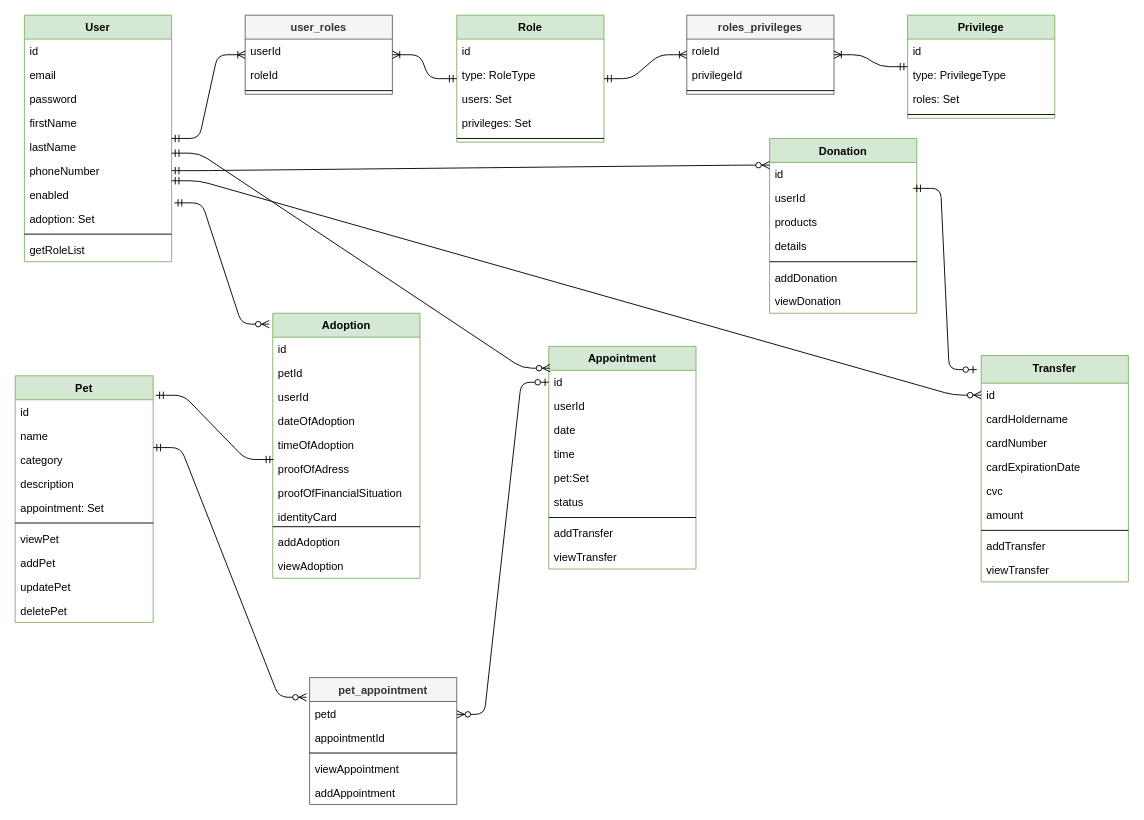
The draw.io diagram page "db" (1 of 2) of docs/3 infrastructure/database model.drawio in AlbuMihaela/Animal-Application, before the edit. Source tidied: cells renumbered, new cells numbered last; positions are measured from the earlier drawing's top-left corner, leaving out a move shared by most shapes. Both pictures are drawn from the tidied source at 92%, with x=0, y=0 at pixel (15, 15).
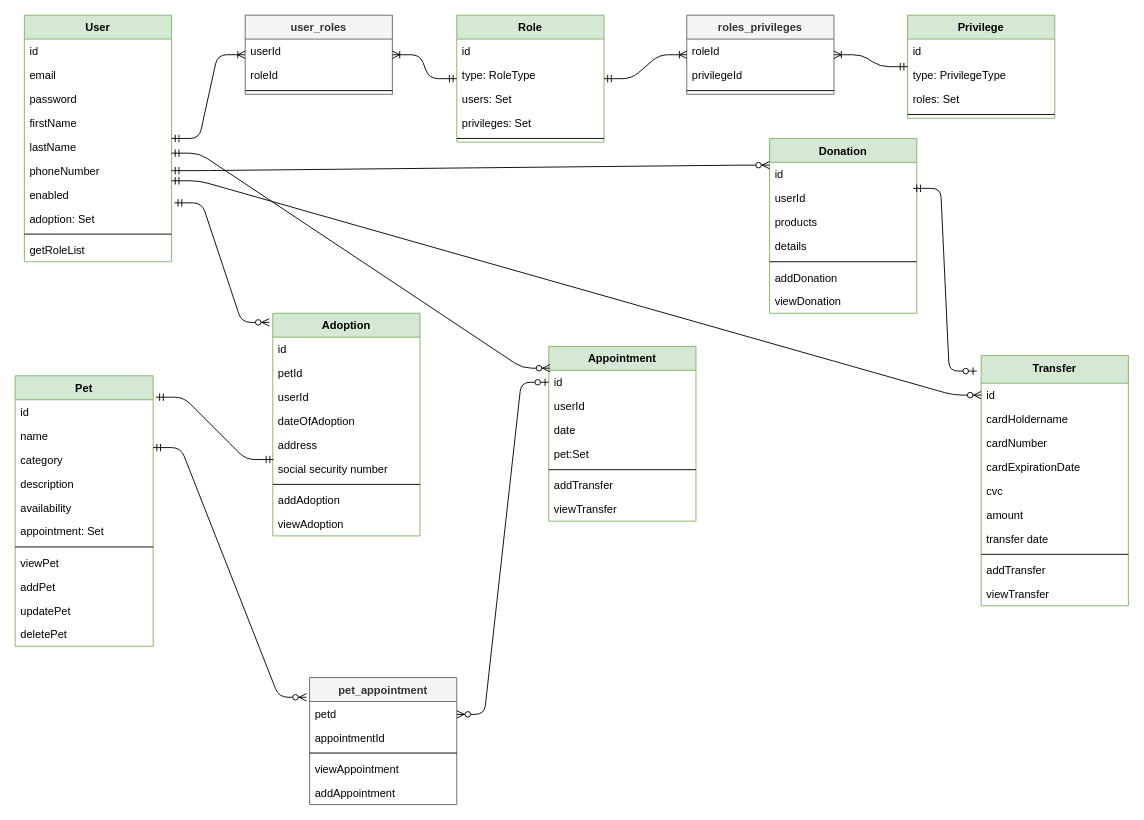
After the change.

What changed in the source:
```diff
@@
     <mxCell id="36" value="Pet" style="swimlane;fontStyle=1;align=center;verticalAlign=top;horizontal=1;startSize=26;fillColor=#d5e8d4;strokeColor=#82b366;" parent="1" vertex="1">
-      <mxGeometry y="392" width="150" height="268" as="geometry" />
+      <mxGeometry y="392" width="150" height="294" as="geometry" />
     </mxCell>
@@
+    <mxCell id="101" value="availability" style="text;strokeColor=none;fillColor=none;align=left;verticalAlign=top;spacingLeft=4;spacingRight=4;overflow=hidden;" parent="36" vertex="1">
+      <mxGeometry y="130" width="150" height="26" as="geometry" />
+    </mxCell>
     <mxCell id="41" value="appointment: Set" style="text;strokeColor=none;fillColor=none;align=left;verticalAlign=top;spacingLeft=4;spacingRight=4;overflow=hidden;" parent="36" vertex="1">
-      <mxGeometry y="130" width="150" height="26" as="geometry" />
+      <mxGeometry y="156" width="150" height="26" as="geometry" />
     </mxCell>
     <mxCell id="42" style="line;strokeWidth=1;fillColor=none;align=left;verticalAlign=middle;spacingTop=-1;spacingLeft=3;spacingRight=3;labelPosition=right;" parent="36" vertex="1">
-      <mxGeometry y="156" width="150" height="8" as="geometry" />
+      <mxGeometry y="182" width="150" height="8" as="geometry" />
     </mxCell>
     <mxCell id="43" value="viewPet" style="text;strokeColor=none;fillColor=none;align=left;verticalAlign=top;spacingLeft=4;spacingRight=4;overflow=hidden;" parent="36" vertex="1">
-      <mxGeometry y="164" width="150" height="26" as="geometry" />
+      <mxGeometry y="190" width="150" height="26" as="geometry" />
     </mxCell>
     <mxCell id="44" value="addPet" style="text;strokeColor=none;fillColor=none;align=left;verticalAlign=top;spacingLeft=4;spacingRight=4;overflow=hidden;" parent="36" vertex="1">
-      <mxGeometry y="190" width="150" height="26" as="geometry" />
+      <mxGeometry y="216" width="150" height="26" as="geometry" />
     </mxCell>
     <mxCell id="45" value="updatePet" style="text;strokeColor=none;fillColor=none;align=left;verticalAlign=top;spacingLeft=4;spacingRight=4;overflow=hidden;" parent="36" vertex="1">
-      <mxGeometry y="216" width="150" height="26" as="geometry" />
+      <mxGeometry y="242" width="150" height="26" as="geometry" />
     </mxCell>
     <mxCell id="46" value="deletePet" style="text;strokeColor=none;fillColor=none;align=left;verticalAlign=top;spacingLeft=4;spacingRight=4;overflow=hidden;" parent="36" vertex="1">
-      <mxGeometry y="242" width="150" height="26" as="geometry" />
+      <mxGeometry y="268" width="150" height="26" as="geometry" />
     </mxCell>
     <mxCell id="47" value="Adoption" style="swimlane;fontStyle=1;align=center;verticalAlign=top;horizontal=1;startSize=26;fillColor=#d5e8d4;strokeColor=#82b366;" parent="1" vertex="1">
-      <mxGeometry x="280" y="324" width="160" height="288" as="geometry" />
+      <mxGeometry x="280" y="324" width="160" height="242" as="geometry" />
     </mxCell>
@@
-    <mxCell id="52" value="timeOfAdoption" style="text;strokeColor=none;fillColor=none;align=left;verticalAlign=top;spacingLeft=4;spacingRight=4;overflow=hidden;points=[[0,0.5],[1,0.5]];portConstraint=eastwest;" parent="47" vertex="1">
-      <mxGeometry y="130" width="160" height="26" as="geometry" />
-    </mxCell>
-    <mxCell id="53" value="proofOfAdress" style="text;strokeColor=none;fillColor=none;align=left;verticalAlign=top;spacingLeft=4;spacingRight=4;overflow=hidden;" parent="47" vertex="1">
-      <mxGeometry y="156" width="160" height="26" as="geometry" />
+    <mxCell id="53" value="address" style="text;strokeColor=none;fillColor=none;align=left;verticalAlign=top;spacingLeft=4;spacingRight=4;overflow=hidden;" parent="47" vertex="1">
+      <mxGeometry y="130" width="160" height="26" as="geometry" />
     </mxCell>
-    <mxCell id="54" value="proofOfFinancialSituation" style="text;strokeColor=none;fillColor=none;align=left;verticalAlign=top;spacingLeft=4;spacingRight=4;overflow=hidden;" parent="47" vertex="1">
-      <mxGeometry y="182" width="160" height="26" as="geometry" />
+    <mxCell id="54" value="social security number" style="text;strokeColor=none;fillColor=none;align=left;verticalAlign=top;spacingLeft=4;spacingRight=4;overflow=hidden;" parent="47" vertex="1">
+      <mxGeometry y="156" width="160" height="26" as="geometry" />
     </mxCell>
-    <mxCell id="55" value="identityCard" style="text;strokeColor=none;fillColor=none;align=left;verticalAlign=top;spacingLeft=4;spacingRight=4;overflow=hidden;" parent="47" vertex="1">
-      <mxGeometry y="208" width="160" height="20" as="geometry" />
-    </mxCell>
     <mxCell id="56" style="line;strokeWidth=1;fillColor=none;align=left;verticalAlign=middle;spacingTop=-1;spacingLeft=3;spacingRight=3;labelPosition=right;" parent="47" vertex="1">
-      <mxGeometry y="228" width="160" height="8" as="geometry" />
+      <mxGeometry y="182" width="160" height="8" as="geometry" />
     </mxCell>
     <mxCell id="57" value="addAdoption" style="text;strokeColor=none;fillColor=none;align=left;verticalAlign=top;spacingLeft=4;spacingRight=4;overflow=hidden;" parent="47" vertex="1">
-      <mxGeometry y="236" width="160" height="26" as="geometry" />
+      <mxGeometry y="190" width="160" height="26" as="geometry" />
     </mxCell>
     <mxCell id="58" value="viewAdoption" style="text;strokeColor=none;fillColor=none;align=left;verticalAlign=top;spacingLeft=4;spacingRight=4;overflow=hidden;" parent="47" vertex="1">
-      <mxGeometry y="262" width="160" height="26" as="geometry" />
+      <mxGeometry y="216" width="160" height="26" as="geometry" />
     </mxCell>
-    <mxCell id="59" style="edgeStyle=entityRelationEdgeStyle;fontSize=12;html=1;endArrow=ERmandOne;startArrow=ERmandOne;entryX=0.005;entryY=1.115;entryDx=0;entryDy=0;entryPerimeter=0;exitX=1.02;exitY=0.079;exitDx=0;exitDy=0;exitPerimeter=0;" parent="1" edge="1" source="36" target="52">
-      <mxGeometry relative="1" as="geometry" />
+    <mxCell id="59" style="edgeStyle=entityRelationEdgeStyle;fontSize=12;html=1;endArrow=ERmandOne;startArrow=ERmandOne;entryX=0.005;entryY=1.115;entryDx=0;entryDy=0;entryPerimeter=0;exitX=1.02;exitY=0.079;exitDx=0;exitDy=0;exitPerimeter=0;" parent="1" edge="1" source="36">
+      <mxGeometry relative="1" as="geometry">
+        <mxPoint x="280.8" y="483" as="targetPoint" />
+      </mxGeometry>
     </mxCell>
@@
     <mxCell id="70" value="Transfer" style="swimlane;fontStyle=1;align=center;verticalAlign=top;horizontal=1;startSize=30;fillColor=#d5e8d4;strokeColor=#82b366;" parent="1" vertex="1">
-      <mxGeometry x="1050" y="370" width="160" height="246" as="geometry" />
+      <mxGeometry x="1050" y="370" width="160" height="272" as="geometry" />
     </mxCell>
@@
+    <mxCell id="102" value="amount" style="text;strokeColor=none;fillColor=none;align=left;verticalAlign=top;spacingLeft=4;spacingRight=4;overflow=hidden;" parent="70" vertex="1">
+      <mxGeometry y="160" width="160" height="26" as="geometry" />
+    </mxCell>
-    <mxCell id="76" value="amount" style="text;strokeColor=none;fillColor=none;align=left;verticalAlign=top;spacingLeft=4;spacingRight=4;overflow=hidden;" parent="70" vertex="1">
-      <mxGeometry y="160" width="160" height="26" as="geometry" />
+    <mxCell id="76" value="transfer date" style="text;strokeColor=none;fillColor=none;align=left;verticalAlign=top;spacingLeft=4;spacingRight=4;overflow=hidden;" parent="70" vertex="1">
+      <mxGeometry y="186" width="160" height="26" as="geometry" />
     </mxCell>
     <mxCell id="77" style="line;strokeWidth=1;fillColor=none;align=left;verticalAlign=middle;spacingTop=-1;spacingLeft=3;spacingRight=3;labelPosition=right;" parent="70" vertex="1">
-      <mxGeometry y="186" width="160" height="8" as="geometry" />
+      <mxGeometry y="212" width="160" height="8" as="geometry" />
     </mxCell>
     <mxCell id="78" value="addTransfer" style="text;strokeColor=none;fillColor=none;align=left;verticalAlign=top;spacingLeft=4;spacingRight=4;overflow=hidden;" parent="70" vertex="1">
-      <mxGeometry y="194" width="160" height="26" as="geometry" />
+      <mxGeometry y="220" width="160" height="26" as="geometry" />
     </mxCell>
     <mxCell id="79" value="viewTransfer" style="text;strokeColor=none;fillColor=none;align=left;verticalAlign=top;spacingLeft=4;spacingRight=4;overflow=hidden;" parent="70" vertex="1">
-      <mxGeometry y="220" width="160" height="26" as="geometry" />
+      <mxGeometry y="246" width="160" height="26" as="geometry" />
     </mxCell>
@@
     <mxCell id="82" value="Appointment" style="swimlane;fontStyle=1;align=center;verticalAlign=top;horizontal=1;startSize=26;fillColor=#d5e8d4;strokeColor=#82b366;" parent="1" vertex="1">
-      <mxGeometry x="580" y="360" width="160" height="242" as="geometry" />
+      <mxGeometry x="580" y="360" width="160" height="190" as="geometry" />
     </mxCell>
@@
-    <mxCell id="86" value="time" style="text;strokeColor=none;fillColor=none;align=left;verticalAlign=top;spacingLeft=4;spacingRight=4;overflow=hidden;" parent="82" vertex="1">
-      <mxGeometry y="104" width="160" height="26" as="geometry" />
-    </mxCell>
     <mxCell id="87" value="pet:Set" style="text;strokeColor=none;fillColor=none;align=left;verticalAlign=top;spacingLeft=4;spacingRight=4;overflow=hidden;" parent="82" vertex="1">
-      <mxGeometry y="130" width="160" height="26" as="geometry" />
+      <mxGeometry y="104" width="160" height="26" as="geometry" />
     </mxCell>
-    <mxCell id="88" value="status" style="text;strokeColor=none;fillColor=none;align=left;verticalAlign=top;spacingLeft=4;spacingRight=4;overflow=hidden;" parent="82" vertex="1">
-      <mxGeometry y="156" width="160" height="26" as="geometry" />
-    </mxCell>
     <mxCell id="89" style="line;strokeWidth=1;fillColor=none;align=left;verticalAlign=middle;spacingTop=-1;spacingLeft=3;spacingRight=3;labelPosition=right;" parent="82" vertex="1">
-      <mxGeometry y="182" width="160" height="8" as="geometry" />
+      <mxGeometry y="130" width="160" height="8" as="geometry" />
     </mxCell>
     <mxCell id="90" value="addTransfer" style="text;strokeColor=none;fillColor=none;align=left;verticalAlign=top;spacingLeft=4;spacingRight=4;overflow=hidden;" parent="82" vertex="1">
-      <mxGeometry y="190" width="160" height="26" as="geometry" />
+      <mxGeometry y="138" width="160" height="26" as="geometry" />
     </mxCell>
     <mxCell id="91" value="viewTransfer" style="text;strokeColor=none;fillColor=none;align=left;verticalAlign=top;spacingLeft=4;spacingRight=4;overflow=hidden;" parent="82" vertex="1">
-      <mxGeometry y="216" width="160" height="26" as="geometry" />
+      <mxGeometry y="164" width="160" height="26" as="geometry" />
     </mxCell>
```
